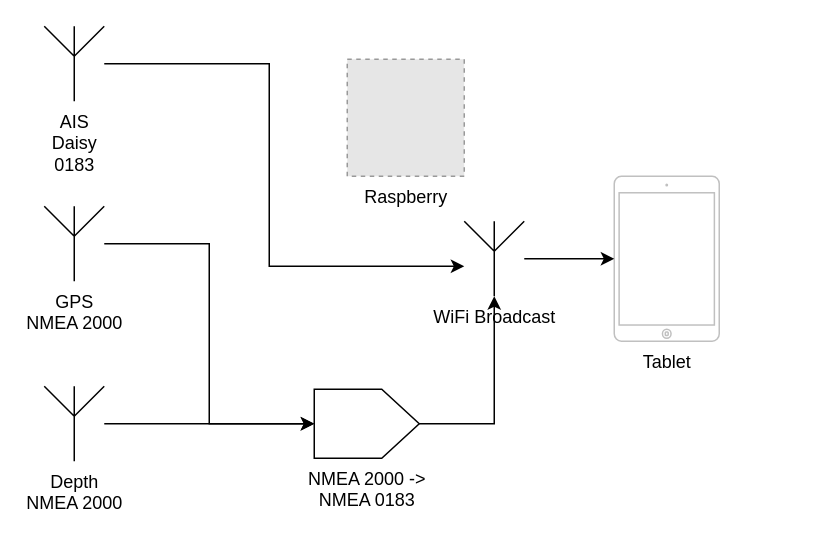
Before: BoatPi.drawio in grevelle/BoatPi, a draw.io diagram. Source tidied: cells renumbered, new cells numbered last; positions are measured from the earlier drawing's top-left corner, leaving out a move shared by most shapes. Both pictures are drawn from the tidied source at 150%, with x=0, y=0 at pixel (44, 26). Pictures stored in the file or linked from it are replaced by grey dashed boxes.
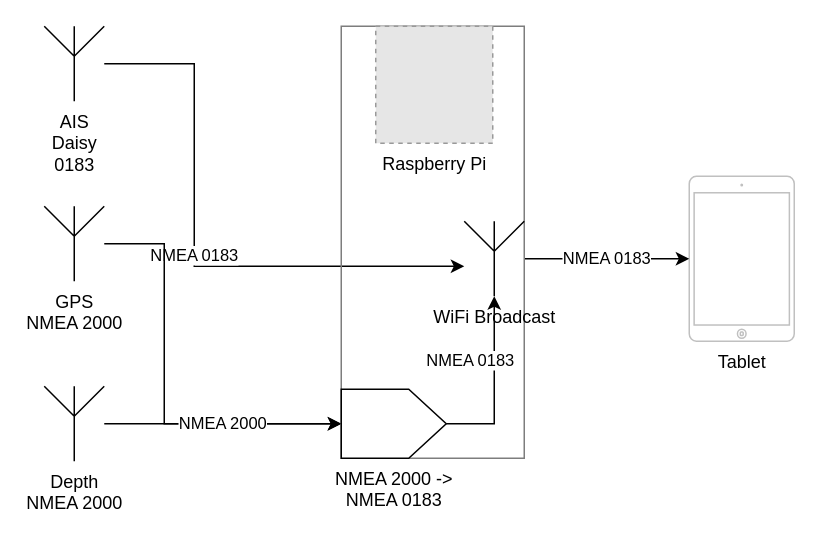
The same diagram, later.

Change to the diagram source:
```diff
@@
 <mxGraphModel background="#ffffff">
   <root>
     <mxCell id="0" />
     <mxCell id="1" parent="0" />
-    <mxCell id="2" style="edgeStyle=orthogonalEdgeStyle;rounded=0;jettySize=auto;html=1;" parent="1" edge="1" source="3" target="13">
+    <mxCell id="2" value="NMEA 0183" style="edgeStyle=orthogonalEdgeStyle;rounded=0;jettySize=auto;html=1;" parent="1" edge="1" source="3" target="13">
       <mxGeometry relative="1" as="geometry">
         <Array as="points">
-          <mxPoint x="150" y="25" />
-          <mxPoint x="150" y="160" />
+          <mxPoint x="100" y="25" />
+          <mxPoint x="100" y="160" />
         </Array>
       </mxGeometry>
     </mxCell>
     <mxCell id="3" value="AIS&lt;br&gt;Daisy&lt;br&gt;0183&lt;br&gt;" style="verticalLabelPosition=bottom;shadow=0;dashed=0;align=center;html=1;verticalAlign=top;shape=mxgraph.electrical.radio.aerial_-_antenna_1;" parent="1" vertex="1">
       <mxGeometry width="40" height="50" as="geometry" />
     </mxCell>
     <mxCell id="4" style="edgeStyle=orthogonalEdgeStyle;rounded=0;jettySize=auto;html=1;entryX=0;entryY=0.5;entryDx=0;entryDy=0;entryPerimeter=0;" parent="1" edge="1" source="5" target="11">
-      <mxGeometry relative="1" as="geometry" />
+      <mxGeometry relative="1" as="geometry">
+        <Array as="points">
+          <mxPoint x="80" y="145" />
+          <mxPoint x="80" y="265" />
+        </Array>
+      </mxGeometry>
     </mxCell>
     <mxCell id="5" value="GPS&lt;br&gt;NMEA 2000" style="verticalLabelPosition=bottom;shadow=0;dashed=0;align=center;html=1;verticalAlign=top;shape=mxgraph.electrical.radio.aerial_-_antenna_1;" parent="1" vertex="1">
       <mxGeometry y="120" width="40" height="50" as="geometry" />
     </mxCell>
-    <mxCell id="6" style="edgeStyle=orthogonalEdgeStyle;rounded=0;jettySize=auto;html=1;entryX=0;entryY=0.5;entryDx=0;entryDy=0;entryPerimeter=0;" parent="1" edge="1" source="7" target="11">
+    <mxCell id="6" value="NMEA 2000" style="edgeStyle=orthogonalEdgeStyle;rounded=0;jettySize=auto;html=1;entryX=0;entryY=0.5;entryDx=0;entryDy=0;entryPerimeter=0;" parent="1" edge="1" source="7" target="11">
       <mxGeometry relative="1" as="geometry" />
     </mxCell>
     <mxCell id="7" value="Depth&lt;br&gt;NMEA 2000" style="verticalLabelPosition=bottom;shadow=0;dashed=0;align=center;html=1;verticalAlign=top;shape=mxgraph.electrical.radio.aerial_-_antenna_1;" parent="1" vertex="1">
       <mxGeometry y="240" width="40" height="50" as="geometry" />
     </mxCell>
     <mxCell id="8" value="Tablet" style="html=1;verticalLabelPosition=bottom;labelBackgroundColor=#ffffff;verticalAlign=top;shadow=0;dashed=0;strokeWidth=1;shape=mxgraph.ios7.misc.ipad7inch;strokeColor=#c0c0c0;" parent="1" vertex="1">
-      <mxGeometry x="380" y="100" width="70" height="110" as="geometry" />
+      <mxGeometry x="430" y="100" width="70" height="110" as="geometry" />
     </mxCell>
+    <mxCell id="12" value="NMEA 0183" style="edgeStyle=orthogonalEdgeStyle;rounded=0;jettySize=auto;html=1;" parent="1" edge="1" source="13" target="8">
+      <mxGeometry relative="1" as="geometry" />
+    </mxCell>
+    <mxCell id="14" style="group;strokeColor=#7D7D7D;" parent="1" vertex="1">
+      <mxGeometry x="198" width="122" height="288" as="geometry" />
+    </mxCell>
-    <mxCell id="9" value="Raspberry" style="fillColor=#E6E6E6;strokeColor=#999999;dashed=1;html=1;verticalAlign=top;verticalLabelPosition=bottom;labelBackgroundColor=#ffffff;" parent="1" vertex="1">
-      <mxGeometry x="202" y="22" width="78" height="78" as="geometry" />
+    <mxCell id="9" value="Raspberry Pi" style="fillColor=#E6E6E6;strokeColor=#999999;dashed=1;html=1;verticalAlign=top;verticalLabelPosition=bottom;labelBackgroundColor=#ffffff;" parent="14" vertex="1">
+      <mxGeometry x="23" width="78" height="78" as="geometry" />
     </mxCell>
+    <mxCell id="11" value="NMEA 2000 -&amp;gt;&lt;br&gt;NMEA 0183" style="verticalLabelPosition=bottom;shadow=0;dashed=0;align=center;html=1;verticalAlign=top;shape=mxgraph.electrical.abstract.dac;" parent="14" vertex="1">
+      <mxGeometry y="242" width="70" height="46" as="geometry" />
+    </mxCell>
+    <mxCell id="13" value="WiFi Broadcast" style="verticalLabelPosition=bottom;shadow=0;dashed=0;align=center;html=1;verticalAlign=top;shape=mxgraph.electrical.radio.aerial_-_antenna_1;" parent="14" vertex="1">
+      <mxGeometry x="82" y="130" width="40" height="50" as="geometry" />
+    </mxCell>
-    <mxCell id="10" style="edgeStyle=orthogonalEdgeStyle;rounded=0;jettySize=auto;html=1;" parent="1" edge="1" source="11" target="13">
-      <mxGeometry relative="1" as="geometry" />
+    <mxCell id="10" value="NMEA 0183" style="edgeStyle=orthogonalEdgeStyle;rounded=0;jettySize=auto;html=1;" parent="14" edge="1" source="11" target="13">
+      <mxGeometry x="220" y="80" as="geometry" />
     </mxCell>
-    <mxCell id="11" value="NMEA 2000 -&amp;gt;&lt;br&gt;NMEA 0183" style="verticalLabelPosition=bottom;shadow=0;dashed=0;align=center;html=1;verticalAlign=top;shape=mxgraph.electrical.abstract.dac;" parent="1" vertex="1">
-      <mxGeometry x="180" y="242" width="70" height="46" as="geometry" />
-    </mxCell>
-    <mxCell id="12" style="edgeStyle=orthogonalEdgeStyle;rounded=0;jettySize=auto;html=1;" parent="1" edge="1" source="13" target="8">
-      <mxGeometry relative="1" as="geometry" />
-    </mxCell>
-    <mxCell id="13" value="WiFi Broadcast" style="verticalLabelPosition=bottom;shadow=0;dashed=0;align=center;html=1;verticalAlign=top;shape=mxgraph.electrical.radio.aerial_-_antenna_1;" parent="1" vertex="1">
-      <mxGeometry x="280" y="130" width="40" height="50" as="geometry" />
-    </mxCell>
   </root>
 </mxGraphModel>
```
